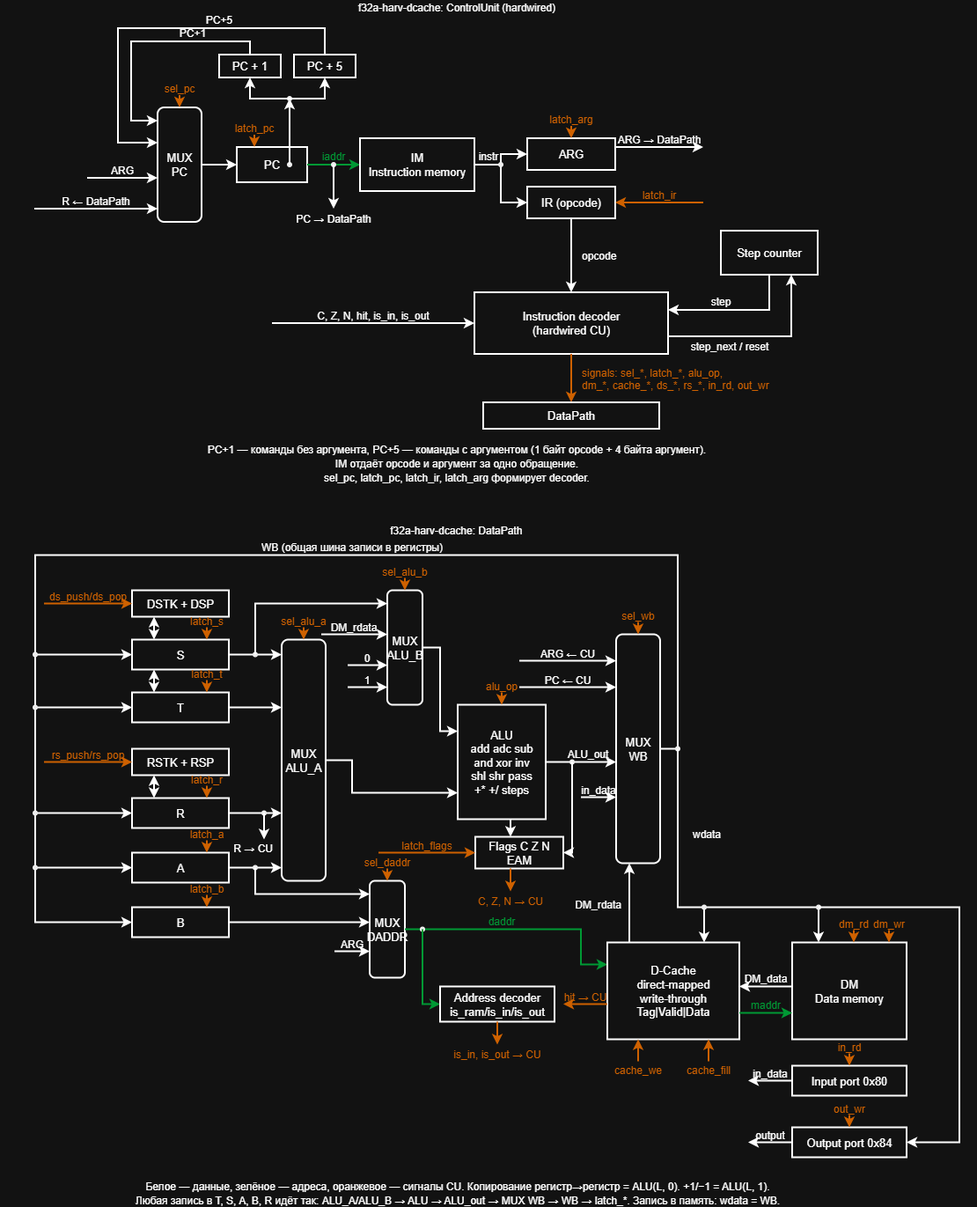
Before: f32a-harv-dcache.drawio.png, a diagram exported from draw.io (mariaktsr/schema). Source tidied: cells renumbered, new cells last; positions are measured from the earlier drawing's top-left corner, leaving out a move shared by most shapes.
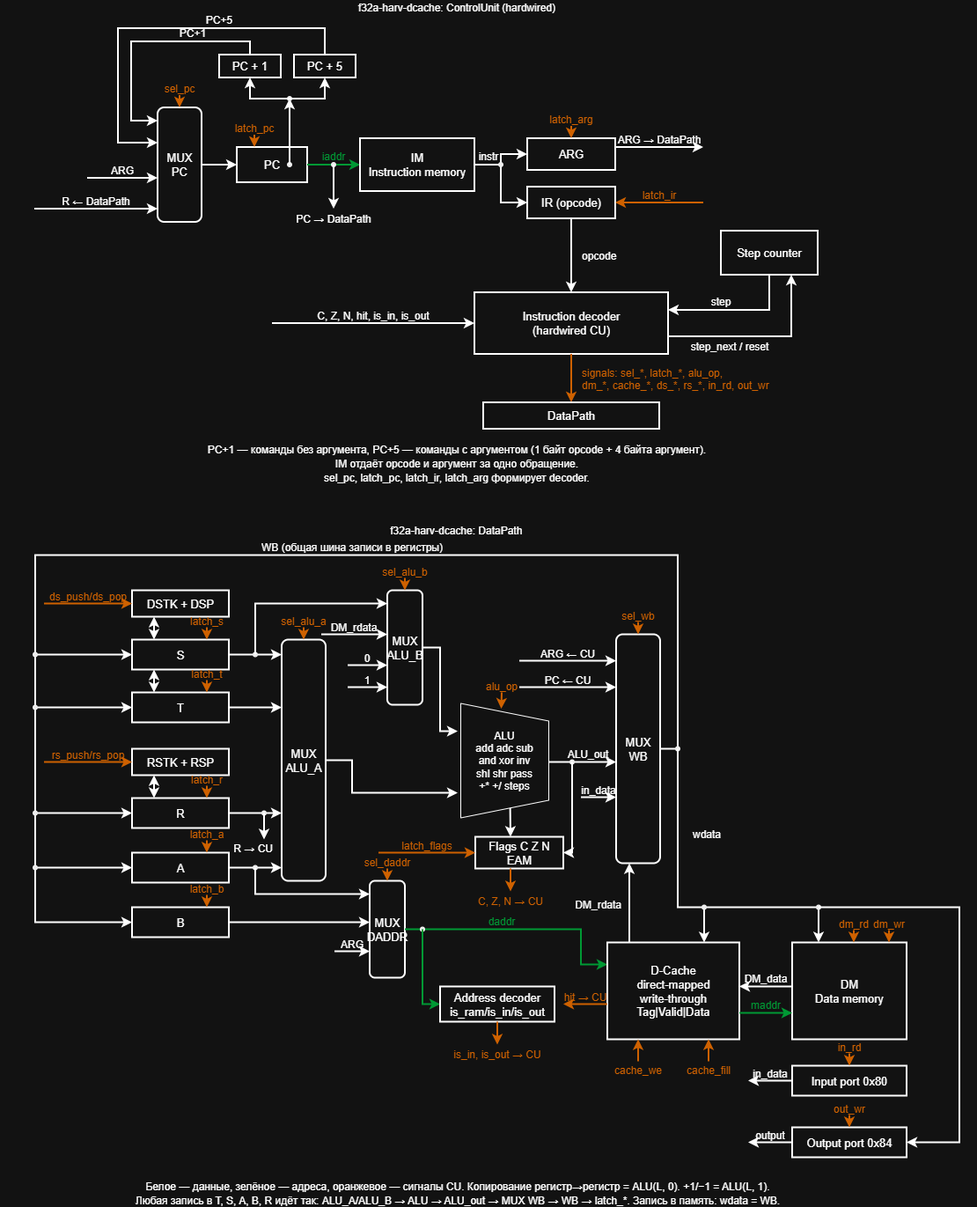
Above is the later version.

Commit message:
еще небольшие правки

Change to the diagram source:
```diff
@@ -219,13 +219,9 @@
         </Array>
       </mxGeometry>
     </mxCell>
-    <mxCell id="50" value="ALU&#10;add adc sub&#10;and xor inv&#10;shl shr pass&#10;+* +/ steps" style="rounded=0;whiteSpace=wrap;html=0;strokeWidth=2;fontFamily=Helvetica;fontSize=13;" parent="1" vertex="1">
-      <mxGeometry x="520" y="800.5" width="100" height="130" as="geometry" />
-    </mxCell>
-    <mxCell id="51" style="endArrow=classic;html=1;rounded=0;strokeWidth=2;strokeColor=#FF8000;" parent="1" edge="1">
+    <mxCell id="51" style="endArrow=classic;html=1;rounded=0;strokeWidth=2;strokeColor=#FF8000;entryX=0.05;entryY=0.535;entryDx=0;entryDy=0;entryPerimeter=0;" parent="1" edge="1" target="50">
       <mxGeometry relative="1" as="geometry">
         <mxPoint x="570" y="786.5" as="sourcePoint" />
-        <mxPoint x="570" y="800.5" as="targetPoint" />
       </mxGeometry>
     </mxCell>
     <mxCell id="52" value="alu_op" style="text;html=0;whiteSpace=nowrap;align=center;verticalAlign=middle;fontSize=12;fontFamily=Helvetica;fontColor=#FF8000;" parent="1" vertex="1">
@@ -264,9 +260,8 @@
     <mxCell id="58" value="Flags C Z N&#10;EAM" style="rounded=0;whiteSpace=wrap;html=0;strokeWidth=2;fontFamily=Helvetica;fontSize=13;" parent="1" vertex="1">
       <mxGeometry x="540" y="950.5" width="100" height="36" as="geometry" />
     </mxCell>
-    <mxCell id="59" style="endArrow=classic;html=1;rounded=0;strokeWidth=2;" parent="1" edge="1">
+    <mxCell id="59" style="endArrow=classic;html=1;rounded=0;strokeWidth=2;exitX=0.909;exitY=0.434;exitDx=0;exitDy=0;exitPerimeter=0;" parent="1" edge="1" source="50">
       <mxGeometry relative="1" as="geometry">
-        <mxPoint x="580" y="930.5" as="sourcePoint" />
         <mxPoint x="580" y="950.5" as="targetPoint" />
       </mxGeometry>
     </mxCell>
@@ -887,5 +882,8 @@
     <mxCell id="191" value="sel_pc, latch_pc, latch_ir, latch_arg формирует decoder." style="text;html=0;whiteSpace=nowrap;align=center;verticalAlign=middle;fontSize=12;fontFamily=Helvetica;" parent="1" vertex="1">
       <mxGeometry x="419" y="534" width="200" height="16" as="geometry" />
     </mxCell>
+    <mxCell id="50" value="&lt;div&gt;ALU&lt;/div&gt;&lt;div&gt;add adc sub&lt;/div&gt;&lt;div&gt;and xor inv&lt;/div&gt;&lt;div&gt;shl shr pass&lt;/div&gt;&lt;div&gt;+* +/ steps&lt;/div&gt;" style="shape=trapezoid;perimeter=trapezoidPerimeter;whiteSpace=wrap;html=1;shapeInside=1;fixedSize=1;rotation=0;direction=south;" parent="1" vertex="1">
+      <mxGeometry x="523" y="798.5" width="100" height="130" as="geometry" />
+    </mxCell>
   </root>
 </mxGraphModel>
```
